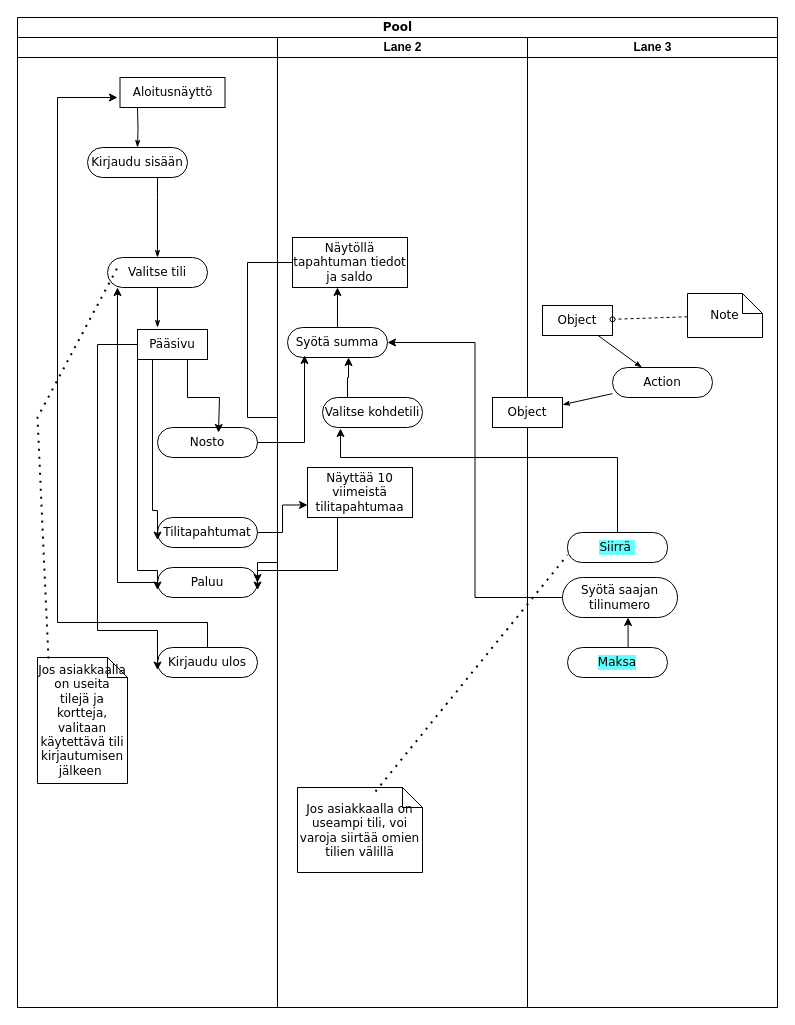
Earlier version of the draw.io diagram Nimetön kaavio.drawio (TeAWallin/Olio). Source tidied: cells renumbered, new cells numbered last; positions are measured from the earlier drawing's top-left corner, leaving out a move shared by most shapes. Both pictures are drawn from the tidied source at 100%, with x=0, y=0 at pixel (17, 17).
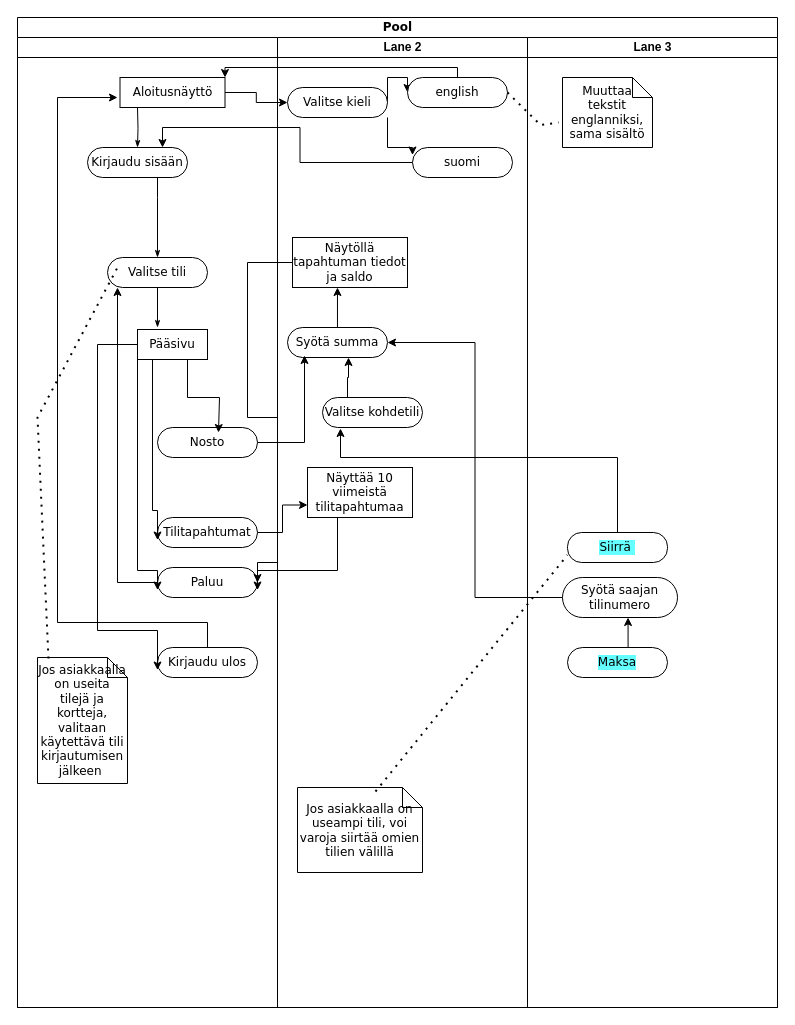
The same diagram, later.

The change refers to these unchanged cells:
```xml
<mxCell id="2" value="Pool" style="swimlane;html=1;startSize=20;rounded=0;shadow=0;comic=0;labelBackgroundColor=none;strokeWidth=1;fontFamily=Verdana;fontSize=12;align=center;" parent="1" vertex="1">
  <mxGeometry width="760" height="990" as="geometry" />
</mxCell>
<mxCell id="8" value="Kirjaudu sisään" style="rounded=1;whiteSpace=wrap;html=1;shadow=0;comic=0;labelBackgroundColor=none;strokeWidth=1;fontFamily=Verdana;fontSize=12;align=center;arcSize=50;" parent="3" vertex="1">
  <mxGeometry x="70" y="110" width="100" height="30" as="geometry" />
</mxCell>
<mxCell id="23" value="Aloitusnäyttö" style="rounded=0;whiteSpace=wrap;html=1;shadow=0;comic=0;labelBackgroundColor=none;strokeWidth=1;fontFamily=Verdana;fontSize=12;align=center;arcSize=50;" parent="3" vertex="1">
  <mxGeometry x="102.5" y="40" width="105" height="30" as="geometry" />
</mxCell>
<mxCell id="24" value="Lane 2" style="swimlane;html=1;startSize=20;" parent="2" vertex="1">
  <mxGeometry x="260" y="20" width="250" height="970" as="geometry" />
</mxCell>
<mxCell id="32" value="Lane 3" style="swimlane;html=1;startSize=20;" parent="2" vertex="1">
  <mxGeometry x="510" y="20" width="250" height="970" as="geometry" />
</mxCell>
```

Change to the diagram source:
```diff
@@
+    <mxCell id="51" style="edgeStyle=orthogonalEdgeStyle;rounded=0;jettySize=auto;html=1;exitX=1;exitY=0.5;exitDx=0;exitDy=0;entryX=0;entryY=0.5;entryDx=0;entryDy=0;" parent="24" edge="1" source="53" target="54">
+      <mxGeometry relative="1" as="geometry">
+        <Array as="points">
+          <mxPoint x="110" y="40" />
+          <mxPoint x="130" y="40" />
+        </Array>
+      </mxGeometry>
+    </mxCell>
+    <mxCell id="52" style="edgeStyle=orthogonalEdgeStyle;rounded=0;jettySize=auto;html=1;entryX=0;entryY=0.25;entryDx=0;entryDy=0;" parent="24" edge="1" source="53" target="55">
+      <mxGeometry relative="1" as="geometry">
+        <Array as="points">
+          <mxPoint x="110" y="110" />
+          <mxPoint x="135" y="110" />
+        </Array>
+      </mxGeometry>
+    </mxCell>
+    <mxCell id="53" value="Valitse kieli" style="rounded=1;whiteSpace=wrap;html=1;shadow=0;comic=0;labelBackgroundColor=none;strokeWidth=1;fontFamily=Verdana;fontSize=12;align=center;arcSize=50;" parent="24" vertex="1">
+      <mxGeometry x="10" y="50" width="100" height="30" as="geometry" />
+    </mxCell>
+    <mxCell id="54" value="english" style="rounded=1;whiteSpace=wrap;html=1;shadow=0;comic=0;labelBackgroundColor=none;strokeWidth=1;fontFamily=Verdana;fontSize=12;align=center;arcSize=50;" parent="24" vertex="1">
+      <mxGeometry x="130" y="40" width="100" height="30" as="geometry" />
+    </mxCell>
+    <mxCell id="55" value="suomi" style="rounded=1;whiteSpace=wrap;html=1;shadow=0;comic=0;labelBackgroundColor=none;strokeWidth=1;fontFamily=Verdana;fontSize=12;align=center;arcSize=50;" parent="24" vertex="1">
+      <mxGeometry x="135" y="110" width="100" height="30" as="geometry" />
+    </mxCell>
@@
-    <mxCell id="33" style="edgeStyle=none;rounded=0;html=1;labelBackgroundColor=none;startArrow=none;startFill=0;startSize=5;endArrow=classicThin;endFill=1;endSize=5;jettySize=auto;strokeWidth=1;fontFamily=Verdana;fontSize=12;" parent="32" edge="1" source="34" target="37">
-      <mxGeometry relative="1" as="geometry" />
-    </mxCell>
-    <mxCell id="34" value="Action" style="rounded=1;whiteSpace=wrap;html=1;shadow=0;comic=0;labelBackgroundColor=none;strokeWidth=1;fontFamily=Verdana;fontSize=12;align=center;arcSize=50;" parent="32" vertex="1">
-      <mxGeometry x="85" y="330" width="100" height="30" as="geometry" />
-    </mxCell>
-    <mxCell id="35" style="edgeStyle=none;rounded=0;html=1;labelBackgroundColor=none;startArrow=none;startFill=0;startSize=5;endArrow=classicThin;endFill=1;endSize=5;jettySize=auto;strokeWidth=1;fontFamily=Verdana;fontSize=12;" parent="32" edge="1" source="36" target="34">
-      <mxGeometry relative="1" as="geometry" />
-    </mxCell>
-    <mxCell id="36" value="Object" style="rounded=0;whiteSpace=wrap;html=1;shadow=0;comic=0;labelBackgroundColor=none;strokeWidth=1;fontFamily=Verdana;fontSize=12;align=center;arcSize=50;" parent="32" vertex="1">
-      <mxGeometry x="15" y="268" width="70" height="30" as="geometry" />
-    </mxCell>
-    <mxCell id="37" value="Object" style="rounded=0;whiteSpace=wrap;html=1;shadow=0;comic=0;labelBackgroundColor=none;strokeWidth=1;fontFamily=Verdana;fontSize=12;align=center;arcSize=50;" parent="32" vertex="1">
-      <mxGeometry x="-35" y="360" width="70" height="30" as="geometry" />
-    </mxCell>
-    <mxCell id="38" style="edgeStyle=none;rounded=0;html=1;dashed=1;labelBackgroundColor=none;startArrow=none;startFill=0;startSize=5;endArrow=oval;endFill=0;endSize=5;jettySize=auto;strokeWidth=1;fontFamily=Verdana;fontSize=12;" parent="32" edge="1" source="39" target="36">
-      <mxGeometry relative="1" as="geometry" />
-    </mxCell>
-    <mxCell id="39" value="Note" style="shape=note;whiteSpace=wrap;html=1;rounded=0;shadow=0;comic=0;labelBackgroundColor=none;strokeWidth=1;fontFamily=Verdana;fontSize=12;align=center;size=20;" parent="32" vertex="1">
-      <mxGeometry x="160" y="256" width="75" height="44" as="geometry" />
-    </mxCell>
@@
+    <mxCell id="56" value="Muuttaa tekstit englanniksi, sama sisältö" style="shape=note;whiteSpace=wrap;html=1;rounded=0;shadow=0;comic=0;labelBackgroundColor=none;strokeWidth=1;fontFamily=Verdana;fontSize=12;align=center;size=20;" parent="32" vertex="1">
+      <mxGeometry x="35" y="40" width="90" height="70" as="geometry" />
+    </mxCell>
@@
+    <mxCell id="57" style="edgeStyle=orthogonalEdgeStyle;rounded=0;jettySize=auto;html=1;" parent="2" edge="1" source="23" target="53">
+      <mxGeometry relative="1" as="geometry" />
+    </mxCell>
+    <mxCell id="58" style="edgeStyle=orthogonalEdgeStyle;rounded=0;jettySize=auto;html=1;entryX=0.75;entryY=0;entryDx=0;entryDy=0;" parent="2" edge="1" source="55" target="8">
+      <mxGeometry relative="1" as="geometry" />
+    </mxCell>
+    <mxCell id="59" style="edgeStyle=orthogonalEdgeStyle;rounded=0;jettySize=auto;html=1;entryX=1;entryY=0;entryDx=0;entryDy=0;" parent="2" edge="1" source="54" target="23">
+      <mxGeometry relative="1" as="geometry">
+        <Array as="points">
+          <mxPoint x="440" y="50" />
+          <mxPoint x="208" y="50" />
+        </Array>
+      </mxGeometry>
+    </mxCell>
+    <mxCell id="60" style="endArrow=none;dashed=1;html=1;dashPattern=1 3;strokeWidth=2;rounded=0;entryX=-0.044;entryY=0.643;entryDx=0;entryDy=0;entryPerimeter=0;exitX=1;exitY=0.5;exitDx=0;exitDy=0;" parent="2" edge="1" source="54" target="56">
+      <mxGeometry relative="1" as="geometry">
+        <Array as="points">
+          <mxPoint x="523" y="107.5" />
+        </Array>
+      </mxGeometry>
+    </mxCell>
```
